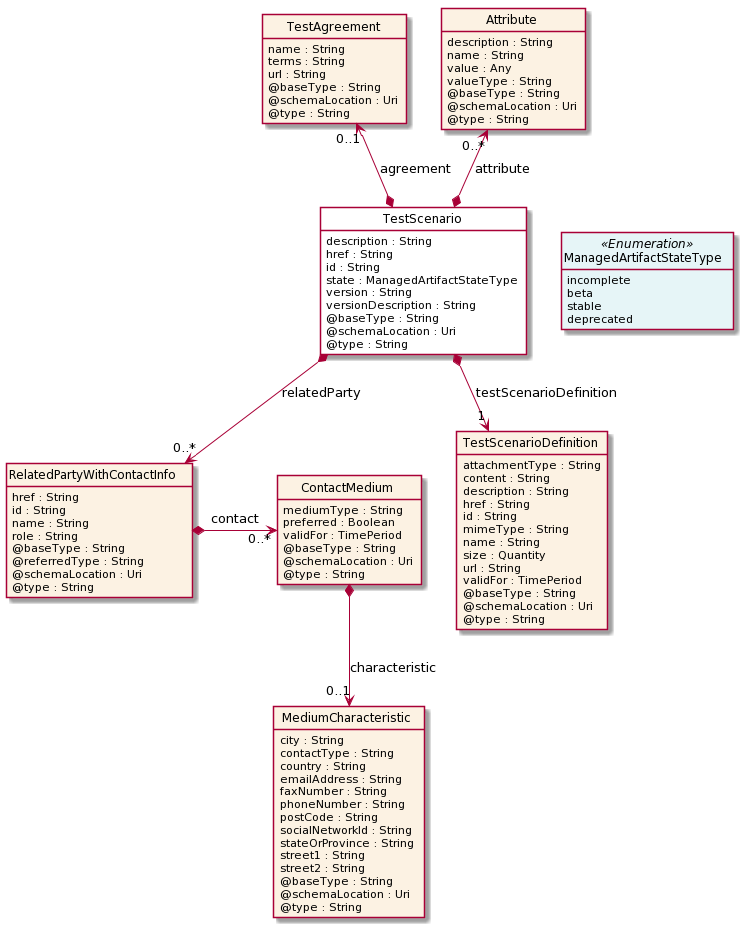
Earlier version of the PlantUML export apis/TMF709_Test_Scenario/documentation/diagrams/Resource_TestScenario.png (tmforum-apis/Open_Api_And_Data_Model).
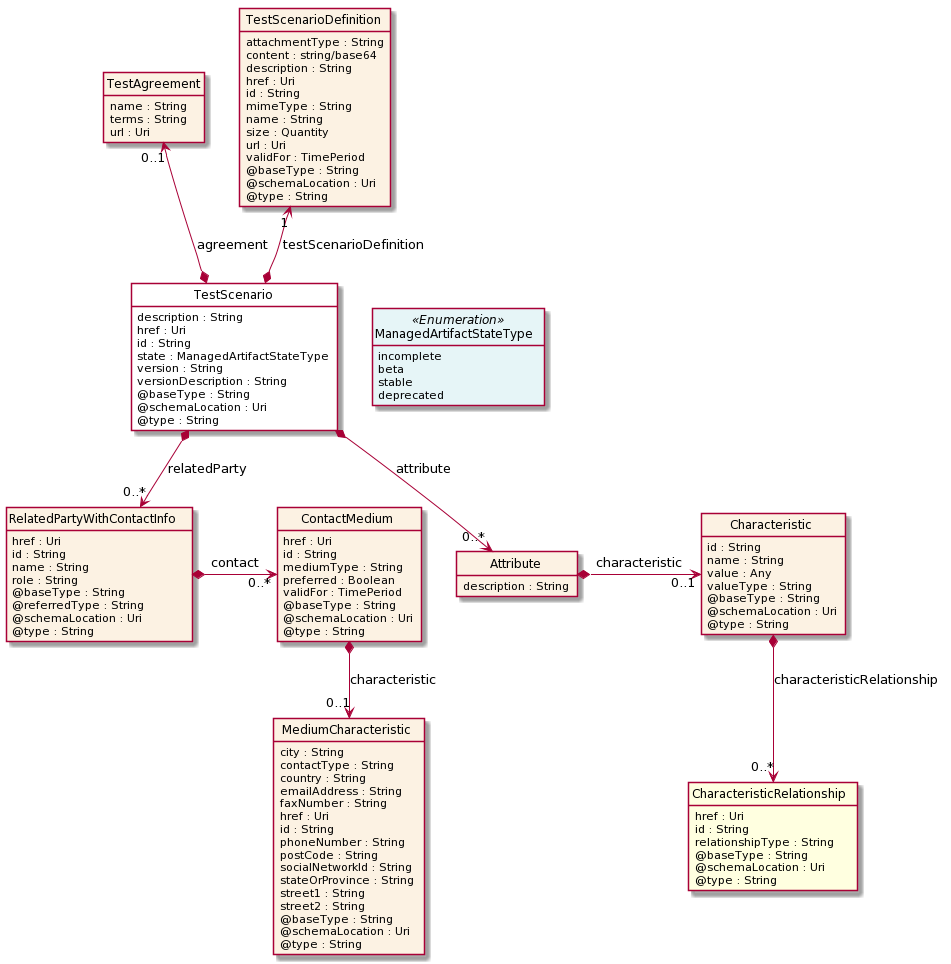
Later version of the same file.

What changed in the source:
```diff
@@ -12,7 +12,7 @@
 
 class TestScenario  <<Pivot>> {
     description : String
-    href : String
+    href : Uri
     id : String
     state : ManagedArtifactStateType
     version : String
@@ -32,14 +32,11 @@
 class TestAgreement  {
     name : String
     terms : String
-    url : String
-    @baseType : String
-    @schemaLocation : Uri
-    @type : String
+    url : Uri
 }
 
 class RelatedPartyWithContactInfo  {
-    href : String
+    href : Uri
     id : String
     name : String
     role : String
@@ -50,6 +47,8 @@
 }
 
 class ContactMedium  {
+    href : Uri
+    id : String
     mediumType : String
     preferred : Boolean
     validFor : TimePeriod
@@ -64,6 +63,8 @@
     country : String
     emailAddress : String
     faxNumber : String
+    href : Uri
+    id : String
     phoneNumber : String
     postCode : String
     socialNetworkId : String
@@ -77,6 +78,10 @@
 
 class Attribute  {
     description : String
+}
+
+class Characteristic  {
+    id : String
     name : String
     value : Any
     valueType : String
@@ -85,16 +90,25 @@
     @type : String
 }
 
+class CharacteristicRelationship  <<Ref>> {
+    href : Uri
+    id : String
+    relationshipType : String
+    @baseType : String
+    @schemaLocation : Uri
+    @type : String
+}
+
 class TestScenarioDefinition  {
     attachmentType : String
-    content : String
+    content : string/base64
     description : String
-    href : String
+    href : Uri
     id : String
     mimeType : String
     name : String
     size : Quantity
-    url : String
+    url : Uri
     validFor : TimePeriod
     @baseType : String
     @schemaLocation : Uri
@@ -103,11 +117,11 @@
 
 TestScenario -right[hidden]-> ManagedArtifactStateType
 
-Attribute "0..*" <--* TestScenario : attribute
-
 TestAgreement "0..1" <--* TestScenario : agreement
 
-TestScenario *-->  "1" TestScenarioDefinition : testScenarioDefinition
+TestScenarioDefinition "1" <--* TestScenario : testScenarioDefinition
+
+TestScenario *-->  "0..*" Attribute : attribute
 
 TestScenario *-->  "0..*" RelatedPartyWithContactInfo : relatedParty
 
@@ -115,4 +129,8 @@
 
 ContactMedium *-->  "0..1" MediumCharacteristic : characteristic
 
+Attribute *-right-> "0..1" Characteristic : characteristic
+
+Characteristic *-->  "0..*" CharacteristicRelationship : characteristicRelationship
+
 @enduml
```
